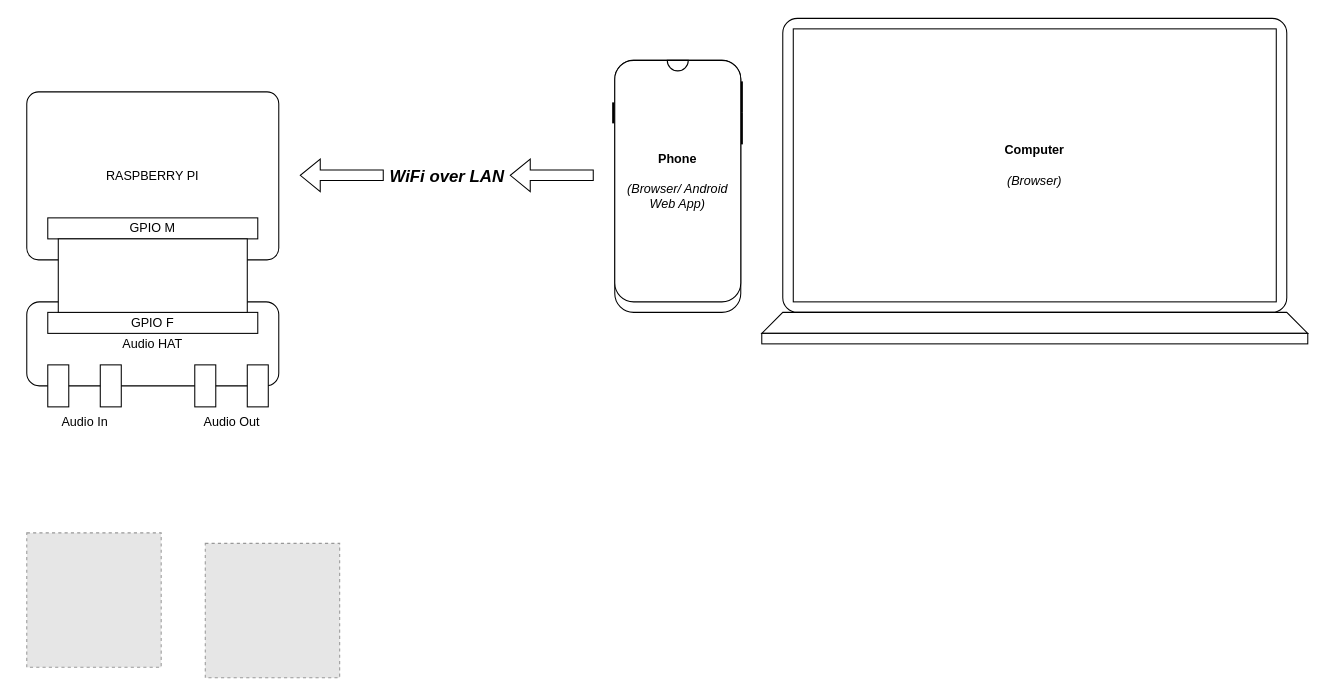
Above: Basic Layout.drawio in joshua-cotugno/RPi-JSFX-Pedal (draw.io), before the change. Source tidied: cells renumbered, new cells numbered last; positions are measured from the earlier drawing's top-left corner, leaving out a move shared by most shapes. Both pictures are drawn from the tidied source at 105%, with x=0, y=0 at pixel (26, 18). Pictures stored in the file or linked from it are replaced by grey dashed boxes.
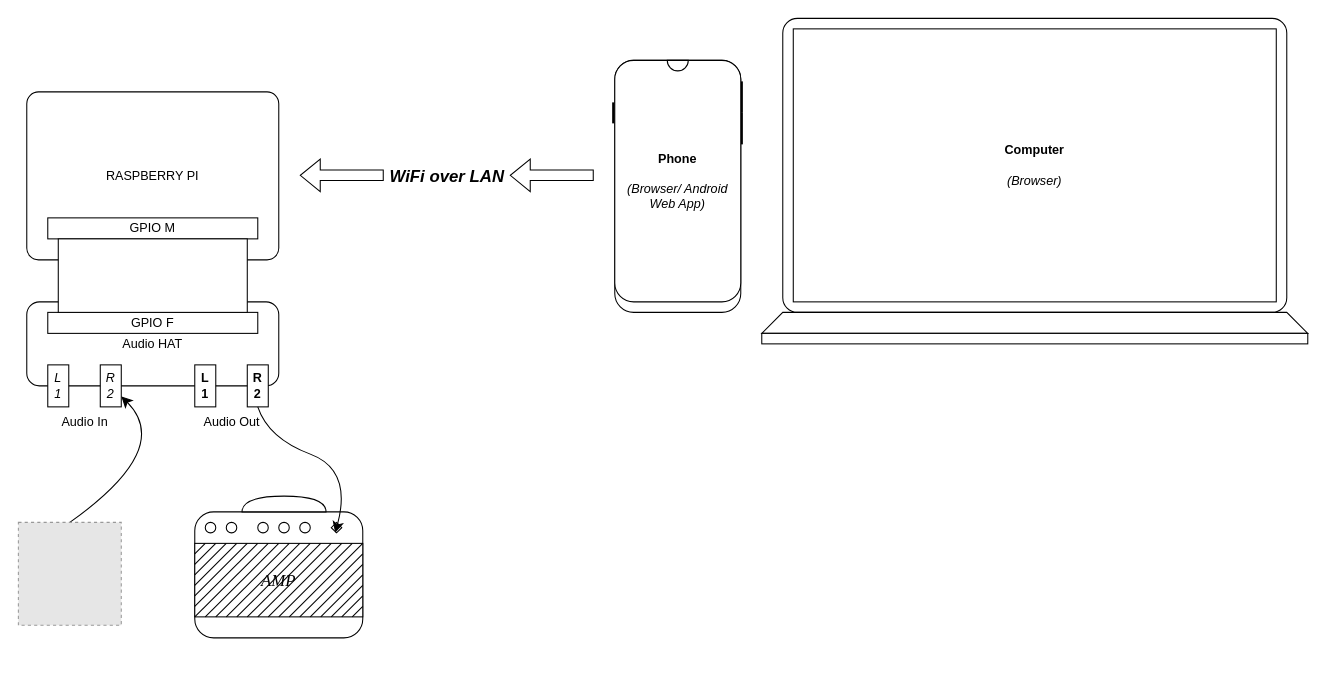
After the change.

The edit, as a diff of the source:
```diff
@@
-    <mxCell id="19" style="rounded=0;whiteSpace=wrap;html=1;" parent="1" vertex="1">
+    <mxCell id="19" value="R&lt;br&gt;2" style="rounded=0;whiteSpace=wrap;html=1;fontStyle=2;" parent="1" vertex="1">
       <mxGeometry x="70" y="330" width="20" height="40" as="geometry" />
     </mxCell>
-    <mxCell id="20" style="rounded=0;whiteSpace=wrap;html=1;" parent="1" vertex="1">
+    <mxCell id="20" value="L&lt;br&gt;1" style="rounded=0;whiteSpace=wrap;html=1;fontStyle=2;" parent="1" vertex="1">
       <mxGeometry x="20" y="330" width="20" height="40" as="geometry" />
     </mxCell>
@@
-    <mxCell id="23" style="rounded=0;whiteSpace=wrap;html=1;" parent="1" vertex="1">
+    <mxCell id="23" value="R&lt;br&gt;2" style="rounded=0;whiteSpace=wrap;html=1;fontStyle=1;" parent="1" vertex="1">
       <mxGeometry x="210" y="330" width="20" height="40" as="geometry" />
     </mxCell>
-    <mxCell id="24" style="rounded=0;whiteSpace=wrap;html=1;" parent="1" vertex="1">
+    <mxCell id="24" value="L&lt;br&gt;1" style="rounded=0;whiteSpace=wrap;html=1;fontStyle=1;" parent="1" vertex="1">
       <mxGeometry x="160" y="330" width="20" height="40" as="geometry" />
     </mxCell>
@@
-    <mxCell id="27" style="fillColor=#E6E6E6;strokeColor=#999999;dashed=1;html=1;verticalAlign=top;verticalLabelPosition=bottom;labelBackgroundColor=#ffffff;" parent="1" vertex="1">
-      <mxGeometry y="490" width="128" height="128" as="geometry" />
-    </mxCell>
-    <mxCell id="28" style="fillColor=#E6E6E6;strokeColor=#999999;dashed=1;html=1;verticalAlign=top;verticalLabelPosition=bottom;labelBackgroundColor=#ffffff;" parent="1" vertex="1">
-      <mxGeometry x="170" y="500" width="128" height="128" as="geometry" />
-    </mxCell>
+    <mxCell id="29" style="rounded=1;whiteSpace=wrap;html=1;fontSize=16;" parent="1" vertex="1">
+      <mxGeometry x="160" y="470" width="160" height="120" as="geometry" />
+    </mxCell>
+    <mxCell id="30" value="&lt;i&gt;&lt;font face=&quot;Times New Roman&quot;&gt;AMP&lt;/font&gt;&lt;/i&gt;" style="rounded=0;whiteSpace=wrap;html=1;fontSize=16;" parent="1" vertex="1">
+      <mxGeometry x="160" y="500" width="160" height="70" as="geometry" />
+    </mxCell>
+    <mxCell id="31" style="ellipse;whiteSpace=wrap;html=1;fontSize=16;" parent="1" vertex="1">
+      <mxGeometry x="170" y="480" width="10" height="10" as="geometry" />
+    </mxCell>
+    <mxCell id="32" style="ellipse;whiteSpace=wrap;html=1;fontSize=16;" parent="1" vertex="1">
+      <mxGeometry x="190" y="480" width="10" height="10" as="geometry" />
+    </mxCell>
+    <mxCell id="33" style="ellipse;whiteSpace=wrap;html=1;fontSize=16;" parent="1" vertex="1">
+      <mxGeometry x="220" y="480" width="10" height="10" as="geometry" />
+    </mxCell>
+    <mxCell id="34" style="ellipse;whiteSpace=wrap;html=1;fontSize=16;" parent="1" vertex="1">
+      <mxGeometry x="240" y="480" width="10" height="10" as="geometry" />
+    </mxCell>
+    <mxCell id="35" style="ellipse;whiteSpace=wrap;html=1;fontSize=16;" parent="1" vertex="1">
+      <mxGeometry x="260" y="480" width="10" height="10" as="geometry" />
+    </mxCell>
+    <mxCell id="36" style="shape=hexagon;perimeter=hexagonPerimeter2;whiteSpace=wrap;html=1;fixedSize=1;fontSize=16;size=10;" parent="1" vertex="1">
+      <mxGeometry x="290" y="480" width="10" height="10" as="geometry" />
+    </mxCell>
+    <mxCell id="37" style="endArrow=none;html=1;rounded=0;fontSize=12;startSize=8;endSize=8;curved=1;" parent="1" edge="1">
+      <mxGeometry relative="1" as="geometry">
+        <mxPoint x="160" y="510" as="sourcePoint" />
+        <mxPoint x="170" y="500" as="targetPoint" />
+      </mxGeometry>
+    </mxCell>
+    <mxCell id="38" style="endArrow=none;html=1;rounded=0;fontSize=12;startSize=8;endSize=8;curved=1;" parent="1" edge="1">
+      <mxGeometry relative="1" as="geometry">
+        <mxPoint x="160" y="570" as="sourcePoint" />
+        <mxPoint x="230" y="500" as="targetPoint" />
+      </mxGeometry>
+    </mxCell>
+    <mxCell id="39" style="endArrow=none;html=1;rounded=0;fontSize=12;startSize=8;endSize=8;curved=1;" parent="1" edge="1">
+      <mxGeometry relative="1" as="geometry">
+        <mxPoint x="170" y="570" as="sourcePoint" />
+        <mxPoint x="240" y="500" as="targetPoint" />
+      </mxGeometry>
+    </mxCell>
+    <mxCell id="40" style="endArrow=none;html=1;rounded=0;fontSize=12;startSize=8;endSize=8;curved=1;" parent="1" edge="1">
+      <mxGeometry relative="1" as="geometry">
+        <mxPoint x="180" y="570" as="sourcePoint" />
+        <mxPoint x="250" y="500" as="targetPoint" />
+      </mxGeometry>
+    </mxCell>
+    <mxCell id="41" style="endArrow=none;html=1;rounded=0;fontSize=12;startSize=8;endSize=8;curved=1;" parent="1" edge="1">
+      <mxGeometry relative="1" as="geometry">
+        <mxPoint x="190" y="570" as="sourcePoint" />
+        <mxPoint x="260" y="500" as="targetPoint" />
+      </mxGeometry>
+    </mxCell>
+    <mxCell id="42" style="endArrow=none;html=1;rounded=0;fontSize=12;startSize=8;endSize=8;curved=1;" parent="1" edge="1">
+      <mxGeometry relative="1" as="geometry">
+        <mxPoint x="200" y="570" as="sourcePoint" />
+        <mxPoint x="270" y="500" as="targetPoint" />
+      </mxGeometry>
+    </mxCell>
+    <mxCell id="43" style="endArrow=none;html=1;rounded=0;fontSize=12;startSize=8;endSize=8;curved=1;" parent="1" edge="1">
+      <mxGeometry relative="1" as="geometry">
+        <mxPoint x="210" y="570" as="sourcePoint" />
+        <mxPoint x="280" y="500" as="targetPoint" />
+      </mxGeometry>
+    </mxCell>
+    <mxCell id="44" style="endArrow=none;html=1;rounded=0;fontSize=12;startSize=8;endSize=8;curved=1;" parent="1" edge="1">
+      <mxGeometry relative="1" as="geometry">
+        <mxPoint x="220" y="570" as="sourcePoint" />
+        <mxPoint x="290" y="500" as="targetPoint" />
+      </mxGeometry>
+    </mxCell>
+    <mxCell id="45" style="endArrow=none;html=1;rounded=0;fontSize=12;startSize=8;endSize=8;curved=1;" parent="1" edge="1">
+      <mxGeometry relative="1" as="geometry">
+        <mxPoint x="230" y="570" as="sourcePoint" />
+        <mxPoint x="300" y="500" as="targetPoint" />
+      </mxGeometry>
+    </mxCell>
+    <mxCell id="46" style="endArrow=none;html=1;rounded=0;fontSize=12;startSize=8;endSize=8;curved=1;" parent="1" edge="1">
+      <mxGeometry relative="1" as="geometry">
+        <mxPoint x="240" y="570" as="sourcePoint" />
+        <mxPoint x="310" y="500" as="targetPoint" />
+      </mxGeometry>
+    </mxCell>
+    <mxCell id="47" style="endArrow=none;html=1;rounded=0;fontSize=12;startSize=8;endSize=8;curved=1;" parent="1" edge="1">
+      <mxGeometry relative="1" as="geometry">
+        <mxPoint x="250" y="570" as="sourcePoint" />
+        <mxPoint x="320" y="500" as="targetPoint" />
+      </mxGeometry>
+    </mxCell>
+    <mxCell id="48" style="endArrow=none;html=1;rounded=0;fontSize=12;startSize=8;endSize=8;curved=1;" parent="1" edge="1">
+      <mxGeometry relative="1" as="geometry">
+        <mxPoint x="160" y="560" as="sourcePoint" />
+        <mxPoint x="220" y="500" as="targetPoint" />
+      </mxGeometry>
+    </mxCell>
+    <mxCell id="49" style="endArrow=none;html=1;rounded=0;fontSize=12;startSize=8;endSize=8;curved=1;" parent="1" edge="1">
+      <mxGeometry relative="1" as="geometry">
+        <mxPoint x="260" y="570" as="sourcePoint" />
+        <mxPoint x="320" y="510" as="targetPoint" />
+      </mxGeometry>
+    </mxCell>
+    <mxCell id="50" style="endArrow=none;html=1;rounded=0;fontSize=12;startSize=8;endSize=8;curved=1;" parent="1" edge="1">
+      <mxGeometry relative="1" as="geometry">
+        <mxPoint x="270" y="570" as="sourcePoint" />
+        <mxPoint x="320" y="520" as="targetPoint" />
+      </mxGeometry>
+    </mxCell>
+    <mxCell id="51" style="endArrow=none;html=1;rounded=0;fontSize=12;startSize=8;endSize=8;curved=1;" parent="1" edge="1">
+      <mxGeometry relative="1" as="geometry">
+        <mxPoint x="160" y="550" as="sourcePoint" />
+        <mxPoint x="210" y="500" as="targetPoint" />
+      </mxGeometry>
+    </mxCell>
+    <mxCell id="52" style="endArrow=none;html=1;rounded=0;fontSize=12;startSize=8;endSize=8;curved=1;" parent="1" edge="1">
+      <mxGeometry relative="1" as="geometry">
+        <mxPoint x="280" y="570" as="sourcePoint" />
+        <mxPoint x="320" y="530" as="targetPoint" />
+      </mxGeometry>
+    </mxCell>
+    <mxCell id="53" style="endArrow=none;html=1;rounded=0;fontSize=12;startSize=8;endSize=8;curved=1;" parent="1" edge="1">
+      <mxGeometry relative="1" as="geometry">
+        <mxPoint x="160" y="540" as="sourcePoint" />
+        <mxPoint x="200" y="500" as="targetPoint" />
+      </mxGeometry>
+    </mxCell>
+    <mxCell id="54" style="endArrow=none;html=1;rounded=0;fontSize=12;startSize=8;endSize=8;curved=1;" parent="1" edge="1">
+      <mxGeometry relative="1" as="geometry">
+        <mxPoint x="290" y="570" as="sourcePoint" />
+        <mxPoint x="320" y="540" as="targetPoint" />
+      </mxGeometry>
+    </mxCell>
+    <mxCell id="55" style="endArrow=none;html=1;rounded=0;fontSize=12;startSize=8;endSize=8;curved=1;" parent="1" edge="1">
+      <mxGeometry relative="1" as="geometry">
+        <mxPoint x="160" y="530" as="sourcePoint" />
+        <mxPoint x="190" y="500" as="targetPoint" />
+      </mxGeometry>
+    </mxCell>
+    <mxCell id="56" style="endArrow=none;html=1;rounded=0;fontSize=12;startSize=8;endSize=8;curved=1;" parent="1" edge="1">
+      <mxGeometry relative="1" as="geometry">
+        <mxPoint x="300" y="570" as="sourcePoint" />
+        <mxPoint x="320" y="550" as="targetPoint" />
+      </mxGeometry>
+    </mxCell>
+    <mxCell id="57" style="endArrow=none;html=1;rounded=0;fontSize=12;startSize=8;endSize=8;curved=1;" parent="1" edge="1">
+      <mxGeometry relative="1" as="geometry">
+        <mxPoint x="160" y="520" as="sourcePoint" />
+        <mxPoint x="180" y="500" as="targetPoint" />
+      </mxGeometry>
+    </mxCell>
+    <mxCell id="58" style="endArrow=none;html=1;rounded=0;fontSize=12;startSize=8;endSize=8;curved=1;" parent="1" edge="1">
+      <mxGeometry relative="1" as="geometry">
+        <mxPoint x="310" y="570" as="sourcePoint" />
+        <mxPoint x="320" y="560" as="targetPoint" />
+      </mxGeometry>
+    </mxCell>
+    <mxCell id="59" style="edgeStyle=none;curved=1;rounded=0;jettySize=auto;html=1;exitX=0.5;exitY=0;exitDx=0;exitDy=0;entryX=1;entryY=0.75;entryDx=0;entryDy=0;fontSize=12;startSize=8;endSize=8;" parent="1" edge="1" source="60" target="19">
+      <mxGeometry relative="1" as="geometry">
+        <Array as="points">
+          <mxPoint x="140" y="410" />
+        </Array>
+      </mxGeometry>
+    </mxCell>
+    <mxCell id="60" style="fillColor=#E6E6E6;strokeColor=#999999;dashed=1;html=1;verticalAlign=top;verticalLabelPosition=bottom;labelBackgroundColor=#ffffff;fontSize=16;" parent="1" vertex="1">
+      <mxGeometry x="-8" y="480" width="98" height="98" as="geometry" />
+    </mxCell>
+    <mxCell id="61" style="shape=or;whiteSpace=wrap;html=1;fontSize=16;rotation=-90;" parent="1" vertex="1">
+      <mxGeometry x="237.5" y="422.5" width="15" height="80" as="geometry" />
+    </mxCell>
+    <mxCell id="62" style="curved=1;endArrow=classic;html=1;rounded=0;fontSize=12;startSize=8;endSize=8;exitX=0.5;exitY=1;exitDx=0;exitDy=0;entryX=0.375;entryY=1;entryDx=0;entryDy=0;" parent="1" edge="1" source="23" target="36">
+      <mxGeometry relative="1" as="geometry">
+        <Array as="points">
+          <mxPoint x="230" y="400" />
+          <mxPoint x="310" y="430" />
+        </Array>
+      </mxGeometry>
+    </mxCell>
```
